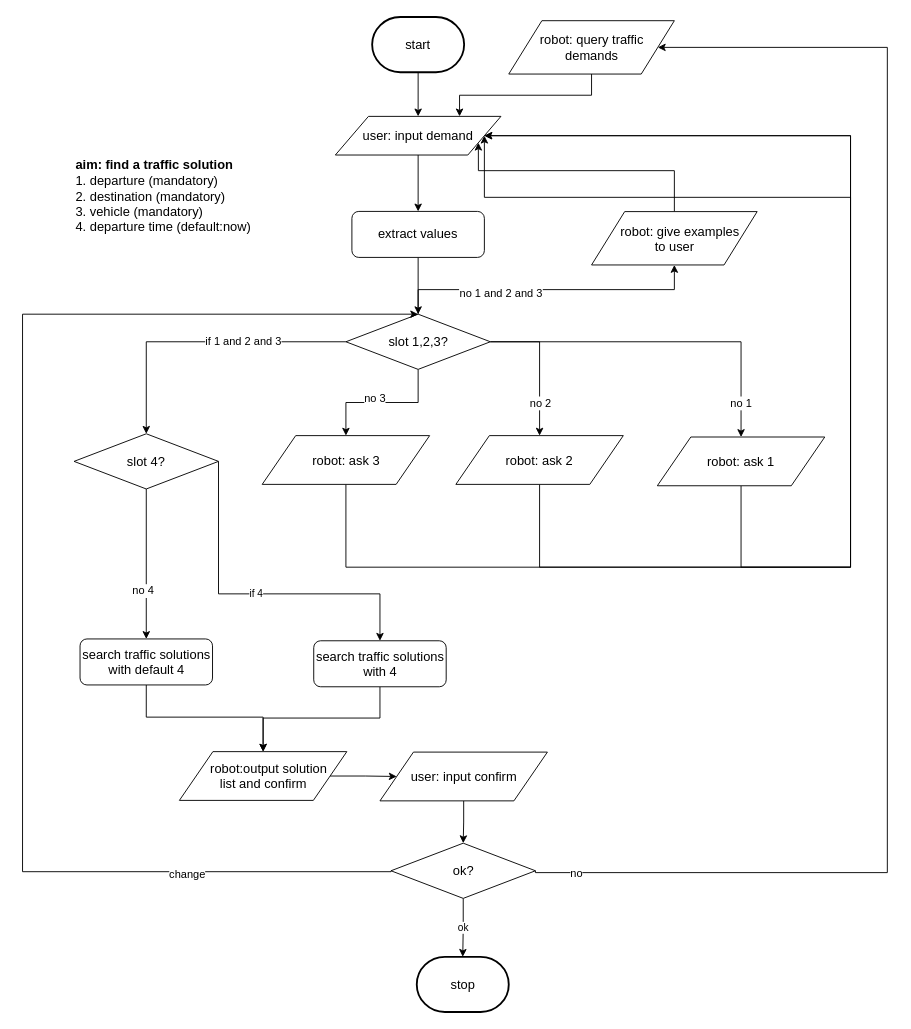
Before: flow_diagram/traffic_consult.drawio in ricosr/travel_consult_chatbot, a draw.io diagram. Source tidied: cells renumbered, new cells numbered last; positions are measured from the earlier drawing's top-left corner, leaving out a move shared by most shapes. Both pictures are drawn from the tidied source at 92%, with x=0, y=0 at pixel (22, 17).
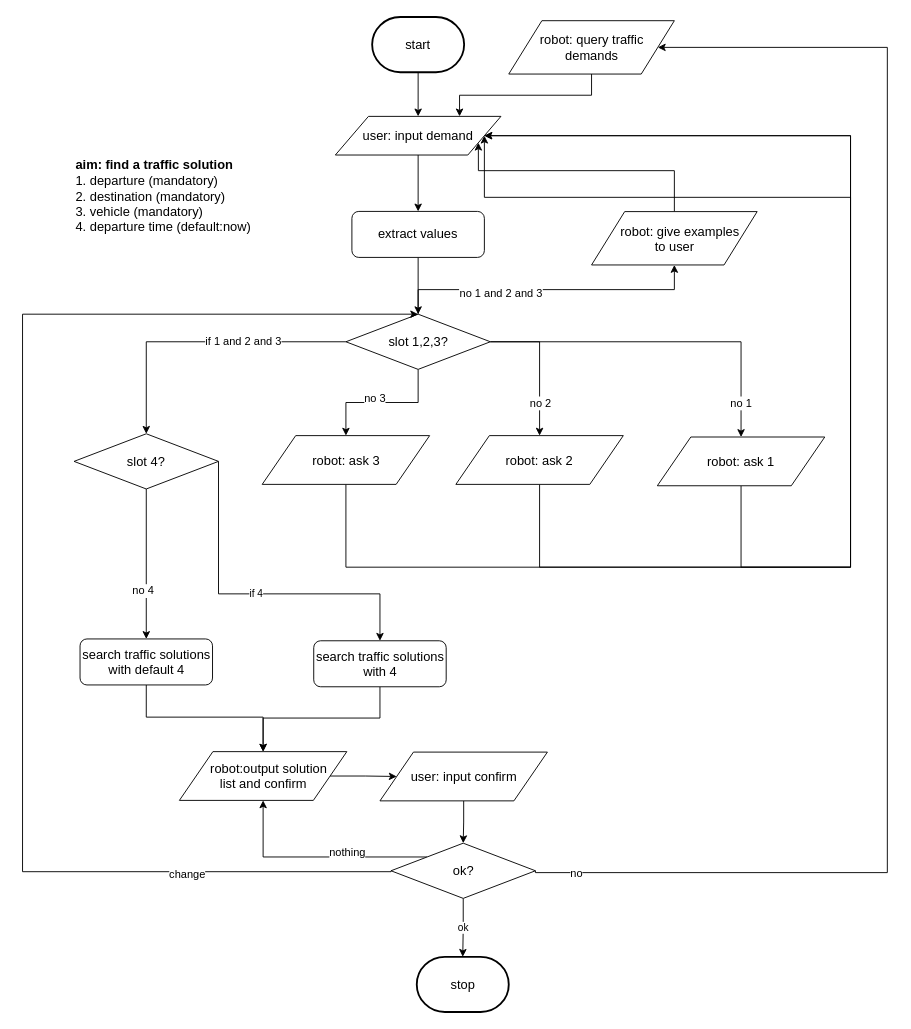
After the change.

The change refers to these unchanged cells:
```xml
<mxCell id="29" value="&lt;font style=&quot;font-size: 14px&quot;&gt;ok?&lt;br&gt;&lt;/font&gt;" style="rhombus;whiteSpace=wrap;html=1;" parent="1" vertex="1">
  <mxGeometry x="400.5" y="898" width="157" height="60" as="geometry" />
</mxCell>
<mxCell id="43" value="&lt;span style=&quot;font-size: 14px&quot;&gt;&amp;nbsp; &amp;nbsp;robot:output solution &lt;br&gt;list and confirm&lt;/span&gt;" style="shape=parallelogram;perimeter=parallelogramPerimeter;whiteSpace=wrap;html=1;" parent="1" vertex="1">
  <mxGeometry x="170.5" y="798.5" width="182" height="53" as="geometry" />
</mxCell>
```

Diff of the diagram source:
```diff
@@
+    <mxCell id="49" style="edgeStyle=orthogonalEdgeStyle;rounded=0;jettySize=auto;html=1;exitX=0;exitY=0;exitDx=0;exitDy=0;entryX=0.5;entryY=1;entryDx=0;entryDy=0;" parent="1" edge="1" source="29" target="43">
+      <mxGeometry relative="1" as="geometry" />
+    </mxCell>
+    <mxCell id="50" value="nothing" style="text;html=1;align=center;verticalAlign=middle;labelBackgroundColor=#ffffff;" parent="49" vertex="1">
+      <mxGeometry x="-0.42" y="-2" relative="1" as="geometry">
+        <mxPoint x="-17.5" y="-3.5" as="offset" />
+      </mxGeometry>
+    </mxCell>
```
